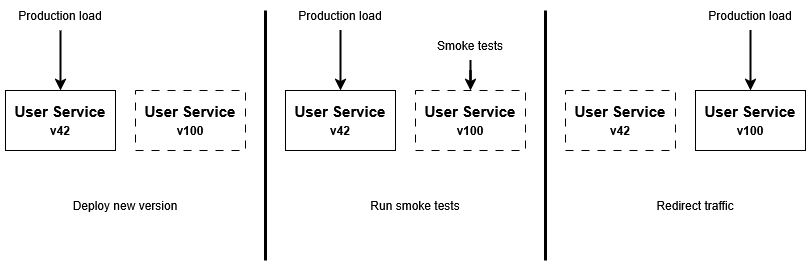
The draw.io diagram public/microservices-in-depth/click_cart_blue_green_deployment.png in gmunumel/personal-blog, before a commit. Source tidied: cells renumbered, new cells last; positions are measured from the earlier drawing's top-left corner, leaving out a move shared by most shapes.
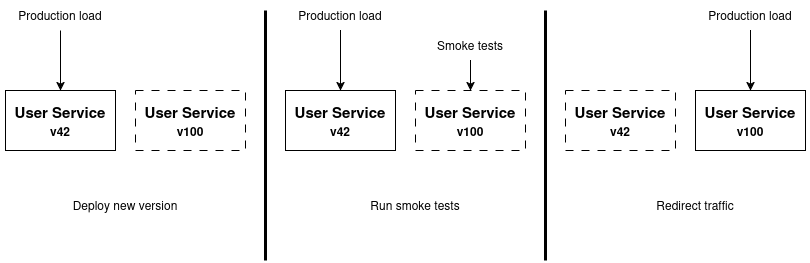
Above is the later version.

What changed in the source:
```diff
@@ -32,13 +32,13 @@
         <mxPoint x="545" y="10" as="targetPoint" />
       </mxGeometry>
     </mxCell>
-    <mxCell id="10" style="edgeStyle=orthogonalEdgeStyle;rounded=0;jettySize=auto;html=1;strokeWidth=2;" parent="1" edge="1" source="11" target="2">
+    <mxCell id="10" style="edgeStyle=orthogonalEdgeStyle;rounded=0;jettySize=auto;html=1;strokeWidth=1;" parent="1" edge="1" source="11" target="2">
       <mxGeometry relative="1" as="geometry" />
     </mxCell>
     <mxCell id="11" value="Production load" style="text;html=1;align=center;verticalAlign=middle;whiteSpace=wrap;rounded=0;" parent="1" vertex="1">
       <mxGeometry width="120" height="30" as="geometry" />
     </mxCell>
-    <mxCell id="12" style="edgeStyle=orthogonalEdgeStyle;rounded=0;jettySize=auto;html=1;strokeWidth=2;" parent="1" edge="1" source="13">
+    <mxCell id="12" style="edgeStyle=orthogonalEdgeStyle;rounded=0;jettySize=auto;html=1;strokeWidth=1;" parent="1" edge="1" source="13">
       <mxGeometry relative="1" as="geometry">
         <mxPoint x="340" y="90" as="targetPoint" />
       </mxGeometry>
@@ -46,7 +46,7 @@
     <mxCell id="13" value="Production load" style="text;html=1;align=center;verticalAlign=middle;whiteSpace=wrap;rounded=0;" parent="1" vertex="1">
       <mxGeometry x="280" width="120" height="30" as="geometry" />
     </mxCell>
-    <mxCell id="14" style="edgeStyle=orthogonalEdgeStyle;rounded=0;jettySize=auto;html=1;strokeWidth=2;" parent="1" edge="1" source="15">
+    <mxCell id="14" style="edgeStyle=orthogonalEdgeStyle;rounded=0;jettySize=auto;html=1;strokeWidth=1;" parent="1" edge="1" source="15">
       <mxGeometry relative="1" as="geometry">
         <mxPoint x="750" y="90" as="targetPoint" />
       </mxGeometry>
@@ -54,7 +54,7 @@
     <mxCell id="15" value="Production load" style="text;html=1;align=center;verticalAlign=middle;whiteSpace=wrap;rounded=0;" parent="1" vertex="1">
       <mxGeometry x="690" width="120" height="30" as="geometry" />
     </mxCell>
-    <mxCell id="16" style="edgeStyle=orthogonalEdgeStyle;rounded=0;jettySize=auto;html=1;strokeWidth=2;" parent="1" edge="1" source="17" target="6">
+    <mxCell id="16" style="edgeStyle=orthogonalEdgeStyle;rounded=0;jettySize=auto;html=1;strokeWidth=1;" parent="1" edge="1" source="17" target="6">
       <mxGeometry relative="1" as="geometry" />
     </mxCell>
     <mxCell id="17" value="Smoke tests" style="text;html=1;align=center;verticalAlign=middle;whiteSpace=wrap;rounded=0;" parent="1" vertex="1">
```
